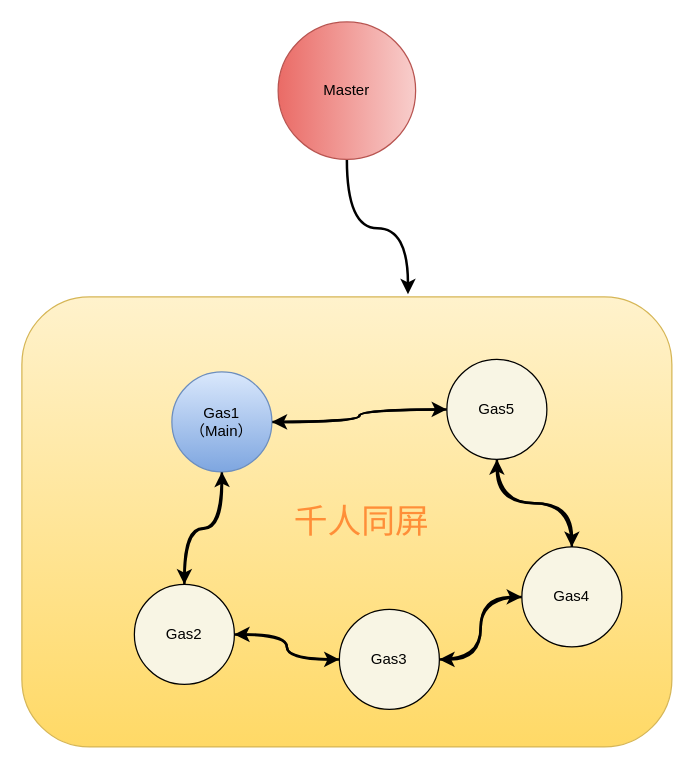
Above: page "Page-13" (13 of 17) of img/Untitled Diagram.drawio in lixiang-share/jiuguang-blob (draw.io), before the change. Source tidied: cells renumbered, new cells numbered last; positions are measured from the earlier drawing's top-left corner, leaving out a move shared by most shapes. Both pictures are drawn from the tidied source at 125%, with x=0, y=0 at pixel (21, 21).
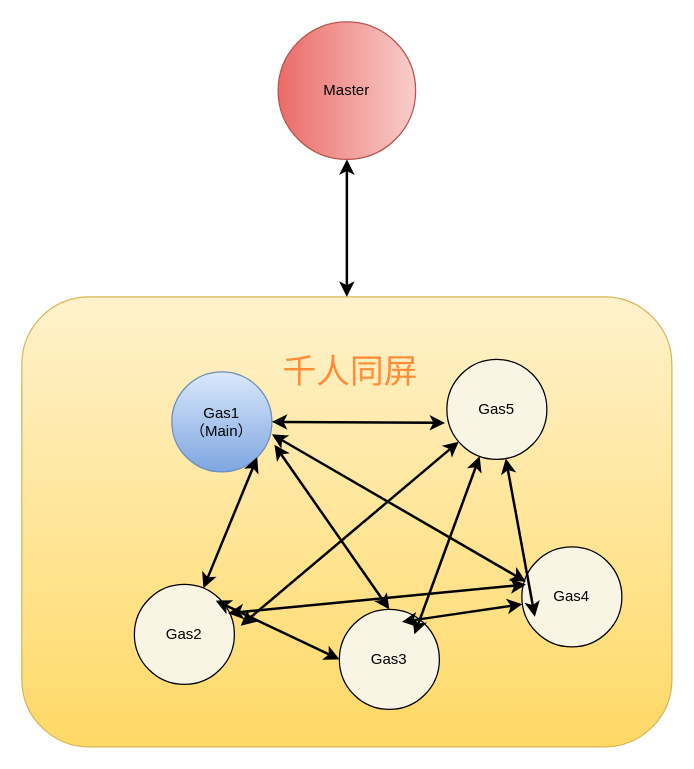
The same page after the edit.

The change refers to these unchanged cells:
```xml
<mxCell id="2" style="rounded=1;whiteSpace=wrap;html=1;fillColor=#fff2cc;gradientColor=#ffd966;strokeColor=#d6b656;" parent="1" vertex="1">
  <mxGeometry y="220" width="520" height="360" as="geometry" />
</mxCell>
<mxCell id="4" value="Master" style="ellipse;whiteSpace=wrap;html=1;fillColor=#f8cecc;gradientColor=#ea6b66;strokeColor=#b85450;direction=south;" parent="1" vertex="1">
  <mxGeometry x="205" width="110" height="110" as="geometry" />
</mxCell>
<mxCell id="7" value="Gas1&lt;br&gt;（Main）" style="ellipse;whiteSpace=wrap;html=1;fillColor=#dae8fc;gradientColor=#7ea6e0;strokeColor=#6c8ebf;" parent="1" vertex="1">
  <mxGeometry x="120" y="280" width="80" height="80" as="geometry" />
</mxCell>
<mxCell id="10" value="Gas5" style="ellipse;whiteSpace=wrap;html=1;fillColor=#F8F5E4;" parent="1" vertex="1">
  <mxGeometry x="340" y="270" width="80" height="80" as="geometry" />
</mxCell>
<mxCell id="13" value="Gas2" style="ellipse;whiteSpace=wrap;html=1;fillColor=#F8F5E4;" parent="1" vertex="1">
  <mxGeometry x="90" y="450" width="80" height="80" as="geometry" />
</mxCell>
<mxCell id="16" value="Gas4" style="ellipse;whiteSpace=wrap;html=1;fillColor=#F8F5E4;" parent="1" vertex="1">
  <mxGeometry x="400" y="420" width="80" height="80" as="geometry" />
</mxCell>
<mxCell id="19" value="Gas3" style="ellipse;whiteSpace=wrap;html=1;fillColor=#F8F5E4;" parent="1" vertex="1">
  <mxGeometry x="254" y="470" width="80" height="80" as="geometry" />
</mxCell>
```

Change to the diagram source:
```diff
@@
-    <mxCell id="3" style="edgeStyle=orthogonalEdgeStyle;curved=1;rounded=0;jettySize=auto;html=1;entryX=0.594;entryY=-0.006;entryDx=0;entryDy=0;entryPerimeter=0;strokeWidth=2;fontSize=16;" parent="1" edge="1" source="4" target="2">
-      <mxGeometry relative="1" as="geometry" />
-    </mxCell>
@@
-    <mxCell id="5" style="rounded=0;jettySize=auto;html=1;strokeWidth=2;fontSize=16;edgeStyle=orthogonalEdgeStyle;curved=1;" parent="1" edge="1" source="7" target="13">
-      <mxGeometry relative="1" as="geometry" />
-    </mxCell>
-    <mxCell id="6" style="edgeStyle=orthogonalEdgeStyle;curved=1;rounded=0;jettySize=auto;html=1;entryX=0;entryY=0.5;entryDx=0;entryDy=0;strokeWidth=2;fontSize=16;" parent="1" edge="1" source="7" target="10">
-      <mxGeometry relative="1" as="geometry" />
-    </mxCell>
@@
-    <mxCell id="8" style="edgeStyle=orthogonalEdgeStyle;curved=1;rounded=0;jettySize=auto;html=1;entryX=0.5;entryY=0;entryDx=0;entryDy=0;strokeWidth=2;fontSize=16;" parent="1" edge="1" source="10" target="16">
-      <mxGeometry relative="1" as="geometry" />
-    </mxCell>
-    <mxCell id="9" style="edgeStyle=orthogonalEdgeStyle;curved=1;rounded=0;jettySize=auto;html=1;entryX=1;entryY=0.5;entryDx=0;entryDy=0;strokeWidth=2;fontSize=16;" parent="1" edge="1" source="10" target="7">
-      <mxGeometry relative="1" as="geometry" />
-    </mxCell>
@@
-    <mxCell id="11" style="edgeStyle=orthogonalEdgeStyle;curved=1;rounded=0;jettySize=auto;html=1;strokeWidth=2;fontSize=16;" parent="1" edge="1" source="13">
-      <mxGeometry relative="1" as="geometry">
-        <mxPoint x="160" y="360" as="targetPoint" />
-      </mxGeometry>
-    </mxCell>
-    <mxCell id="12" style="edgeStyle=orthogonalEdgeStyle;curved=1;rounded=0;jettySize=auto;html=1;entryX=0;entryY=0.5;entryDx=0;entryDy=0;strokeWidth=2;fontSize=16;" parent="1" edge="1" source="13" target="19">
-      <mxGeometry relative="1" as="geometry" />
-    </mxCell>
@@
-    <mxCell id="14" style="edgeStyle=orthogonalEdgeStyle;curved=1;rounded=0;jettySize=auto;html=1;strokeWidth=2;fontSize=16;entryX=1;entryY=0.5;entryDx=0;entryDy=0;" parent="1" edge="1" source="16" target="19">
-      <mxGeometry relative="1" as="geometry" />
-    </mxCell>
-    <mxCell id="15" style="edgeStyle=orthogonalEdgeStyle;curved=1;rounded=0;jettySize=auto;html=1;strokeWidth=2;fontSize=16;" parent="1" edge="1" source="16" target="10">
-      <mxGeometry relative="1" as="geometry" />
-    </mxCell>
@@
-    <mxCell id="17" style="edgeStyle=orthogonalEdgeStyle;curved=1;rounded=0;jettySize=auto;html=1;entryX=1;entryY=0.5;entryDx=0;entryDy=0;strokeWidth=2;fontSize=16;" parent="1" edge="1" source="19" target="13">
-      <mxGeometry relative="1" as="geometry" />
-    </mxCell>
-    <mxCell id="18" style="edgeStyle=orthogonalEdgeStyle;curved=1;rounded=0;jettySize=auto;html=1;strokeWidth=2;fontSize=16;entryX=0;entryY=0.5;entryDx=0;entryDy=0;" parent="1" edge="1" source="19" target="16">
-      <mxGeometry relative="1" as="geometry" />
-    </mxCell>
@@
     <mxCell id="20" value="&lt;font style=&quot;font-size: 27px&quot; color=&quot;#ff8e38&quot;&gt;千人同屏&lt;/font&gt;" style="text;html=1;strokeColor=none;fillColor=none;align=center;verticalAlign=middle;whiteSpace=wrap;rounded=0;fontSize=16;" parent="1" vertex="1">
-      <mxGeometry x="214" y="390" width="116" height="20" as="geometry" />
+      <mxGeometry x="205" y="270" width="116" height="20" as="geometry" />
     </mxCell>
+    <mxCell id="21" style="endArrow=classic;startArrow=classic;html=1;strokeWidth=2;fontSize=40;fontColor=none;entryX=1;entryY=0.5;entryDx=0;entryDy=0;" parent="1" edge="1" source="2" target="4">
+      <mxGeometry relative="1" as="geometry" />
+    </mxCell>
+    <mxCell id="6" style="endArrow=classic;startArrow=classic;html=1;strokeWidth=2;fontSize=40;fontColor=none;entryX=-0.018;entryY=0.635;entryDx=0;entryDy=0;entryPerimeter=0;" parent="1" edge="1" source="7" target="10">
+      <mxGeometry relative="1" as="geometry" />
+    </mxCell>
+    <mxCell id="5" style="endArrow=classic;startArrow=classic;html=1;strokeWidth=2;fontSize=40;fontColor=none;exitX=1;exitY=1;exitDx=0;exitDy=0;" parent="1" edge="1" source="7" target="13">
+      <mxGeometry relative="1" as="geometry" />
+    </mxCell>
+    <mxCell id="22" style="endArrow=classic;startArrow=classic;html=1;strokeWidth=2;fontSize=40;fontColor=none;entryX=0.5;entryY=0;entryDx=0;entryDy=0;exitX=1.026;exitY=0.73;exitDx=0;exitDy=0;exitPerimeter=0;" parent="1" edge="1" source="7" target="19">
+      <mxGeometry relative="1" as="geometry" />
+    </mxCell>
+    <mxCell id="23" style="endArrow=classic;startArrow=classic;html=1;strokeWidth=2;fontSize=40;fontColor=none;entryX=0.04;entryY=0.348;entryDx=0;entryDy=0;entryPerimeter=0;exitX=1;exitY=0.625;exitDx=0;exitDy=0;exitPerimeter=0;" parent="1" edge="1" source="7" target="16">
+      <mxGeometry relative="1" as="geometry" />
+    </mxCell>
+    <mxCell id="24" style="endArrow=classic;startArrow=classic;html=1;strokeWidth=2;fontSize=40;fontColor=none;exitX=0;exitY=0.5;exitDx=0;exitDy=0;" parent="1" edge="1" source="19">
+      <mxGeometry relative="1" as="geometry">
+        <mxPoint x="155.1" y="463" as="targetPoint" />
+      </mxGeometry>
+    </mxCell>
+    <mxCell id="25" style="endArrow=classic;startArrow=classic;html=1;strokeWidth=2;fontSize=40;fontColor=none;exitX=0.04;exitY=0.377;exitDx=0;exitDy=0;exitPerimeter=0;" parent="1" edge="1" source="16">
+      <mxGeometry relative="1" as="geometry">
+        <mxPoint x="165.1" y="473" as="targetPoint" />
+      </mxGeometry>
+    </mxCell>
+    <mxCell id="26" style="endArrow=classic;startArrow=classic;html=1;strokeWidth=2;fontSize=40;fontColor=none;" parent="1" edge="1" source="10">
+      <mxGeometry relative="1" as="geometry">
+        <mxPoint x="175.1" y="483" as="targetPoint" />
+      </mxGeometry>
+    </mxCell>
+    <mxCell id="27" style="endArrow=classic;startArrow=classic;html=1;strokeWidth=2;fontSize=40;fontColor=none;entryX=0.5;entryY=0;entryDx=0;entryDy=0;" parent="1" edge="1" source="16">
+      <mxGeometry relative="1" as="geometry">
+        <mxPoint x="304" y="480" as="targetPoint" />
+      </mxGeometry>
+    </mxCell>
+    <mxCell id="28" style="endArrow=classic;startArrow=classic;html=1;strokeWidth=2;fontSize=40;fontColor=none;entryX=0.5;entryY=0;entryDx=0;entryDy=0;" parent="1" edge="1" source="10">
+      <mxGeometry relative="1" as="geometry">
+        <mxPoint x="314" y="490" as="targetPoint" />
+      </mxGeometry>
+    </mxCell>
+    <mxCell id="29" style="endArrow=classic;startArrow=classic;html=1;strokeWidth=2;fontSize=40;fontColor=none;" parent="1" edge="1" target="10">
+      <mxGeometry relative="1" as="geometry">
+        <mxPoint x="410.4" y="475.8" as="sourcePoint" />
+      </mxGeometry>
+    </mxCell>
```
